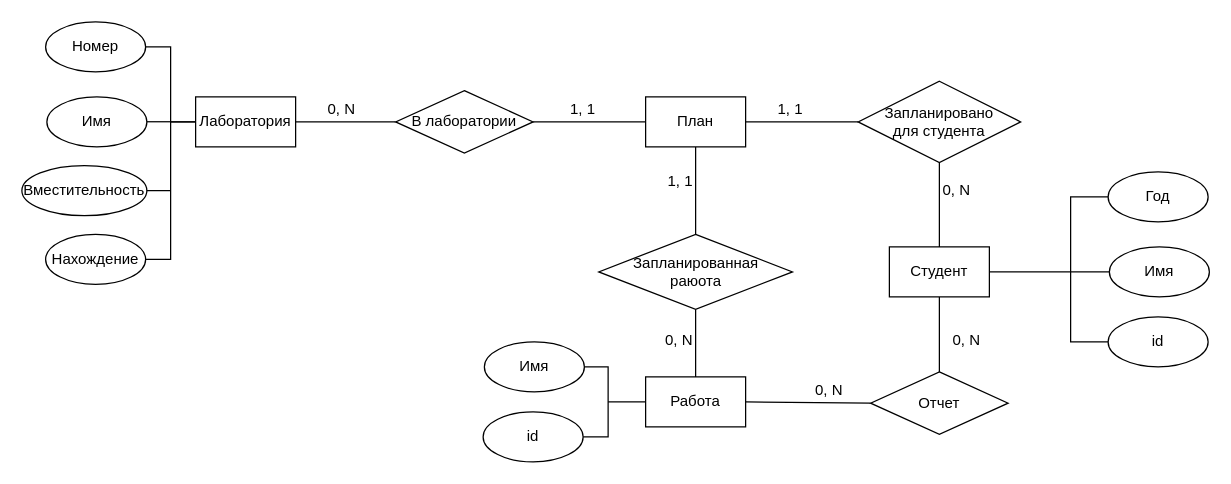
Above: Диаграмма без названия.drawio in marsek4/ssp (draw.io), before the change. Source tidied: cells renumbered, new cells numbered last; positions are measured from the earlier drawing's top-left corner, leaving out a move shared by most shapes. Both pictures are drawn from the tidied source at 125%, with x=0, y=0 at pixel (21, 21).
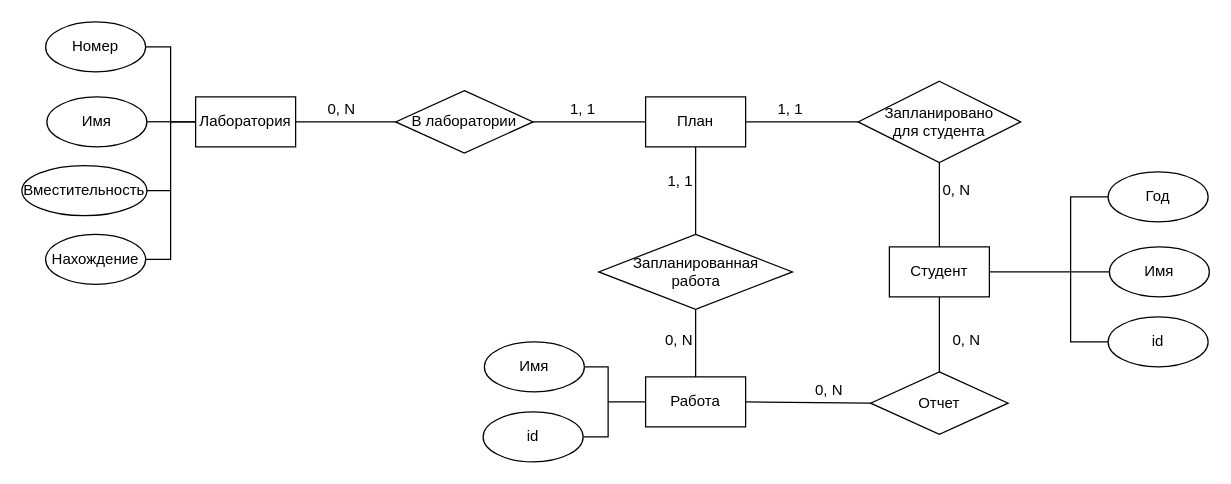
Above is the later version.

The edit, as a diff of the source:
```diff
@@
-    <mxCell id="13" value="Запланированная&lt;br&gt;раюота" style="rhombus;whiteSpace=wrap;html=1;" parent="1" vertex="1">
+    <mxCell id="13" value="Запланированная&lt;br&gt;работа" style="rhombus;whiteSpace=wrap;html=1;" parent="1" vertex="1">
       <mxGeometry x="461.5" y="170" width="155" height="60" as="geometry" />
     </mxCell>
```
